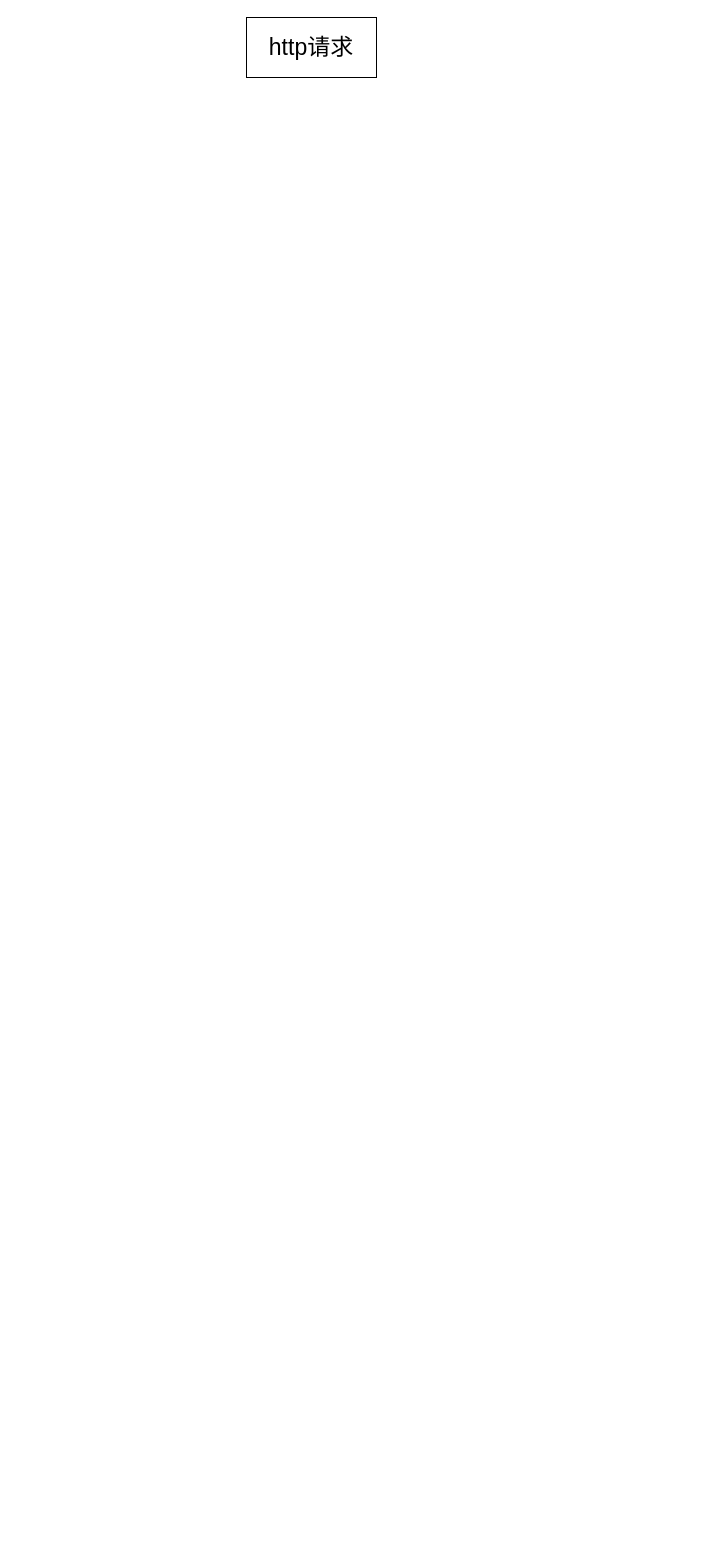
This is 未命名绘图.drawio from luck1020/diagrams, a draw.io file, before an edit. Source tidied: cells renumbered, new cells numbered last; positions are measured from the earlier drawing's top-left corner, leaving out a move shared by most shapes. Both pictures are drawn from the tidied source at 100%, with x=0, y=0 at pixel (246, 17).
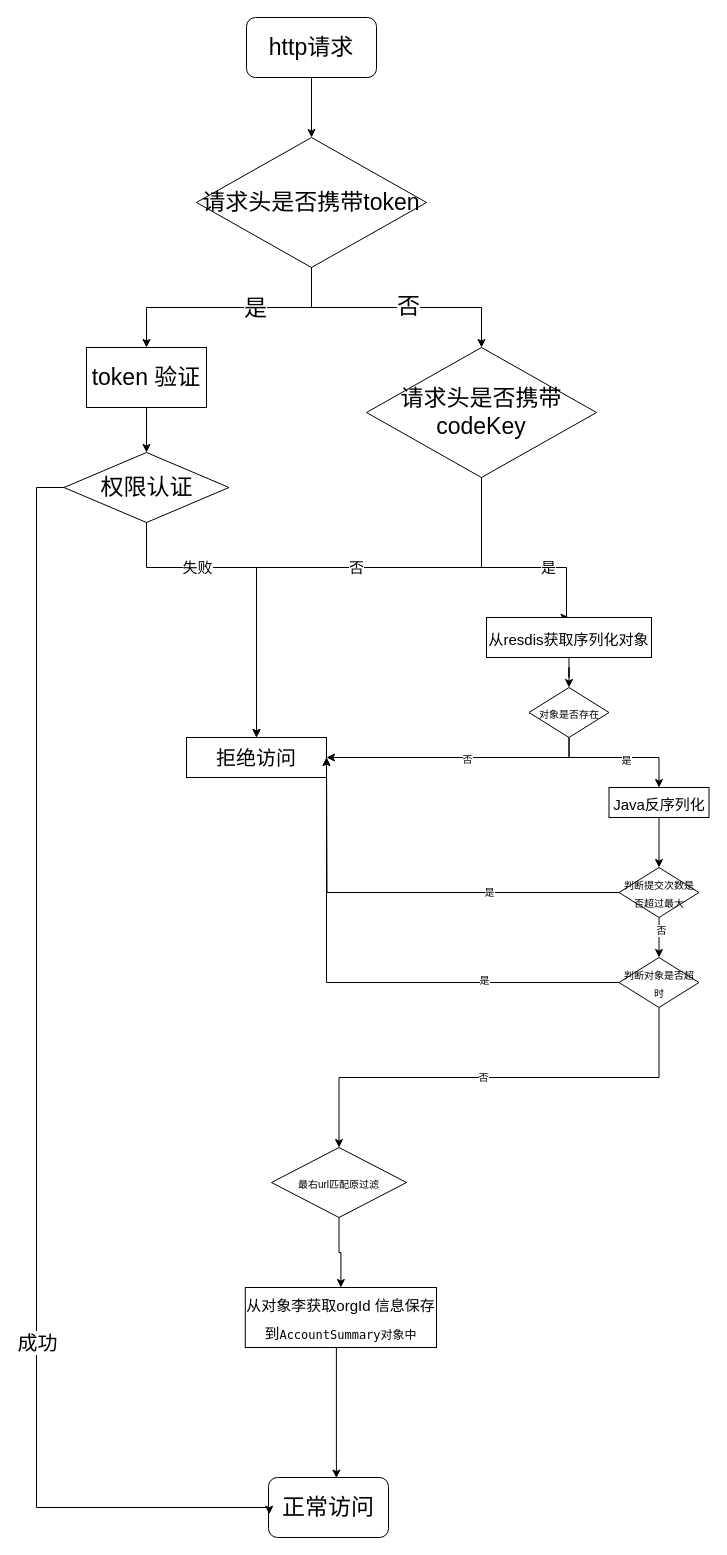
Above is the later version.

What changed in the source:
```diff
@@
+    <mxCell id="3" style="edgeStyle=orthogonalEdgeStyle;rounded=0;jettySize=auto;html=1;fontSize=23;" parent="1" edge="1" source="2" target="10">
+      <mxGeometry relative="1" as="geometry" />
+    </mxCell>
-    <mxCell id="2" value="&lt;font style=&quot;font-size: 23px;&quot;&gt;http请求&lt;/font&gt;" style="rounded=0;whiteSpace=wrap;html=1;" parent="1" vertex="1">
+    <mxCell id="2" value="&lt;font style=&quot;font-size: 23px;&quot;&gt;http请求&lt;/font&gt;" style="rounded=1;whiteSpace=wrap;html=1;fontSize=23;" parent="1" vertex="1">
       <mxGeometry width="130" height="60" as="geometry" />
     </mxCell>
+    <mxCell id="4" style="edgeStyle=orthogonalEdgeStyle;rounded=0;jettySize=auto;html=1;exitX=0.5;exitY=1;exitDx=0;exitDy=0;fontSize=20;" parent="1" edge="1" source="5" target="21">
+      <mxGeometry relative="1" as="geometry" />
+    </mxCell>
+    <mxCell id="5" value="token 验证" style="rounded=0;whiteSpace=wrap;html=1;fontSize=23;" parent="1" vertex="1">
+      <mxGeometry x="-160" y="330" width="120" height="60" as="geometry" />
+    </mxCell>
+    <mxCell id="6" style="edgeStyle=orthogonalEdgeStyle;rounded=0;jettySize=auto;html=1;fontSize=23;" parent="1" edge="1" source="10" target="5">
+      <mxGeometry relative="1" as="geometry" />
+    </mxCell>
+    <mxCell id="7" value="是" style="edgeLabel;html=1;align=center;verticalAlign=middle;fontSize=23;" parent="6" vertex="1">
+      <mxGeometry x="-0.21" relative="1" as="geometry" />
+    </mxCell>
+    <mxCell id="8" style="edgeStyle=orthogonalEdgeStyle;rounded=0;jettySize=auto;html=1;fontSize=23;" parent="1" edge="1" source="10" target="15">
+      <mxGeometry relative="1" as="geometry" />
+    </mxCell>
+    <mxCell id="9" value="否" style="edgeLabel;html=1;align=center;verticalAlign=middle;fontSize=23;" parent="8" vertex="1">
+      <mxGeometry x="0.09" y="2" relative="1" as="geometry" />
+    </mxCell>
+    <mxCell id="10" value="请求头是否携带token" style="rhombus;whiteSpace=wrap;html=1;fontSize=23;" parent="1" vertex="1">
+      <mxGeometry x="-50" y="120" width="230" height="130" as="geometry" />
+    </mxCell>
+    <mxCell id="11" style="edgeStyle=orthogonalEdgeStyle;rounded=0;jettySize=auto;html=1;entryX=0.5;entryY=0;entryDx=0;entryDy=0;fontSize=15;" parent="1" edge="1" source="15" target="22">
+      <mxGeometry relative="1" as="geometry">
+        <Array as="points">
+          <mxPoint x="235" y="550" />
+          <mxPoint x="10" y="550" />
+        </Array>
+      </mxGeometry>
+    </mxCell>
+    <mxCell id="12" value="否" style="edgeLabel;html=1;align=center;verticalAlign=middle;fontSize=15;" parent="11" vertex="1">
+      <mxGeometry x="-0.11" y="-1" relative="1" as="geometry" />
+    </mxCell>
+    <mxCell id="13" style="edgeStyle=orthogonalEdgeStyle;rounded=0;jettySize=auto;html=1;entryX=0.5;entryY=0;entryDx=0;entryDy=0;fontSize=15;" parent="1" edge="1" source="15" target="24">
+      <mxGeometry relative="1" as="geometry">
+        <Array as="points">
+          <mxPoint x="235" y="550" />
+          <mxPoint x="320" y="550" />
+          <mxPoint x="320" y="600" />
+        </Array>
+      </mxGeometry>
+    </mxCell>
+    <mxCell id="14" value="是" style="edgeLabel;html=1;align=center;verticalAlign=middle;fontSize=15;" parent="13" vertex="1">
+      <mxGeometry x="0.37" y="1" relative="1" as="geometry" />
+    </mxCell>
+    <mxCell id="15" value="请求头是否携带codeKey" style="rhombus;whiteSpace=wrap;html=1;fontSize=23;" parent="1" vertex="1">
+      <mxGeometry x="120" y="330" width="230" height="130" as="geometry" />
+    </mxCell>
+    <mxCell id="16" value="正常访问" style="rounded=1;whiteSpace=wrap;html=1;fontSize=23;" parent="1" vertex="1">
+      <mxGeometry x="22" y="1460" width="120" height="60" as="geometry" />
+    </mxCell>
+    <mxCell id="17" style="edgeStyle=orthogonalEdgeStyle;rounded=0;jettySize=auto;html=1;entryX=0.006;entryY=0.612;entryDx=0;entryDy=0;fontSize=20;entryPerimeter=0;" parent="1" edge="1" source="21" target="16">
+      <mxGeometry relative="1" as="geometry">
+        <Array as="points">
+          <mxPoint x="-210" y="470" />
+          <mxPoint x="-210" y="1490" />
+          <mxPoint x="23" y="1490" />
+        </Array>
+      </mxGeometry>
+    </mxCell>
+    <mxCell id="18" value="成功" style="edgeLabel;html=1;align=center;verticalAlign=middle;fontSize=20;" parent="17" vertex="1">
+      <mxGeometry x="0.37" relative="1" as="geometry" />
+    </mxCell>
+    <mxCell id="19" style="edgeStyle=orthogonalEdgeStyle;rounded=0;jettySize=auto;html=1;fontSize=20;" parent="1" edge="1" source="21" target="22">
+      <mxGeometry relative="1" as="geometry">
+        <Array as="points">
+          <mxPoint x="-100" y="550" />
+          <mxPoint x="10" y="550" />
+        </Array>
+      </mxGeometry>
+    </mxCell>
+    <mxCell id="20" value="失败" style="edgeLabel;html=1;align=center;verticalAlign=middle;fontSize=15;" parent="19" vertex="1">
+      <mxGeometry x="0.3" y="-1" relative="1" as="geometry">
+        <mxPoint x="-59" y="-57" as="offset" />
+      </mxGeometry>
+    </mxCell>
+    <mxCell id="21" value="权限认证" style="rhombus;whiteSpace=wrap;html=1;fontSize=23;" parent="1" vertex="1">
+      <mxGeometry x="-182.5" y="435" width="165" height="70" as="geometry" />
+    </mxCell>
+    <mxCell id="22" value="&lt;span style=&quot;font-size: 20px;&quot;&gt;拒绝访问&lt;/span&gt;" style="rounded=0;whiteSpace=wrap;html=1;fontSize=23;" parent="1" vertex="1">
+      <mxGeometry x="-60" y="720" width="140" height="40" as="geometry" />
+    </mxCell>
+    <mxCell id="23" style="edgeStyle=orthogonalEdgeStyle;rounded=0;jettySize=auto;html=1;entryX=0.5;entryY=0;entryDx=0;entryDy=0;fontSize=10;" parent="1" edge="1" source="24" target="31">
+      <mxGeometry relative="1" as="geometry" />
+    </mxCell>
+    <mxCell id="24" value="&lt;font style=&quot;font-size: 15px;&quot;&gt;从resdis获取序列化对象&lt;/font&gt;" style="rounded=0;whiteSpace=wrap;html=1;fontSize=23;" parent="1" vertex="1">
+      <mxGeometry x="240" y="600" width="165" height="40" as="geometry" />
+    </mxCell>
+    <mxCell id="25" style="edgeStyle=orthogonalEdgeStyle;rounded=0;jettySize=auto;html=1;entryX=0.5;entryY=0;entryDx=0;entryDy=0;fontSize=10;" parent="1" edge="1" source="26" target="36">
+      <mxGeometry relative="1" as="geometry" />
+    </mxCell>
+    <mxCell id="26" value="&lt;font style=&quot;font-size: 15px;&quot;&gt;Java反序列化&lt;/font&gt;" style="rounded=0;whiteSpace=wrap;html=1;fontSize=23;" parent="1" vertex="1">
+      <mxGeometry x="362.5" y="770" width="100" height="30" as="geometry" />
+    </mxCell>
+    <mxCell id="27" style="edgeStyle=orthogonalEdgeStyle;rounded=0;jettySize=auto;html=1;entryX=0.5;entryY=0;entryDx=0;entryDy=0;fontSize=10;" parent="1" edge="1" source="31" target="26">
+      <mxGeometry relative="1" as="geometry">
+        <Array as="points">
+          <mxPoint x="323" y="740" />
+          <mxPoint x="413" y="740" />
+        </Array>
+      </mxGeometry>
+    </mxCell>
+    <mxCell id="28" value="是" style="edgeLabel;html=1;align=center;verticalAlign=middle;fontSize=10;" parent="27" vertex="1">
+      <mxGeometry x="0.1" y="-2" relative="1" as="geometry" />
+    </mxCell>
+    <mxCell id="29" style="edgeStyle=orthogonalEdgeStyle;rounded=0;jettySize=auto;html=1;fontSize=10;" parent="1" edge="1" source="31" target="22">
+      <mxGeometry relative="1" as="geometry">
+        <Array as="points">
+          <mxPoint x="323" y="740" />
+        </Array>
+      </mxGeometry>
+    </mxCell>
+    <mxCell id="30" value="否" style="edgeLabel;html=1;align=center;verticalAlign=middle;fontSize=10;" parent="29" vertex="1">
+      <mxGeometry x="-0.07" y="1" relative="1" as="geometry" />
+    </mxCell>
+    <mxCell id="31" value="&lt;font style=&quot;font-size: 10px;&quot;&gt;对象是否存在&lt;/font&gt;" style="rhombus;whiteSpace=wrap;html=1;fontSize=15;" parent="1" vertex="1">
+      <mxGeometry x="282.5" y="670" width="80" height="50" as="geometry" />
+    </mxCell>
+    <mxCell id="32" style="edgeStyle=orthogonalEdgeStyle;rounded=0;jettySize=auto;html=1;fontSize=10;" parent="1" edge="1" source="36">
+      <mxGeometry relative="1" as="geometry">
+        <mxPoint x="80" y="740" as="targetPoint" />
+      </mxGeometry>
+    </mxCell>
+    <mxCell id="33" value="是" style="edgeLabel;html=1;align=center;verticalAlign=middle;fontSize=10;" parent="32" vertex="1">
+      <mxGeometry x="-0.39" y="-1" relative="1" as="geometry" />
+    </mxCell>
+    <mxCell id="34" style="edgeStyle=orthogonalEdgeStyle;rounded=0;jettySize=auto;html=1;fontSize=10;" parent="1" edge="1" source="36" target="41">
+      <mxGeometry relative="1" as="geometry" />
+    </mxCell>
+    <mxCell id="35" value="否" style="edgeLabel;html=1;align=center;verticalAlign=middle;fontSize=10;" parent="34" vertex="1">
+      <mxGeometry x="-0.41" y="2" relative="1" as="geometry" />
+    </mxCell>
+    <mxCell id="36" value="&lt;span style=&quot;font-size: 10px;&quot;&gt;判断提交次数是否超过最大&lt;/span&gt;" style="rhombus;whiteSpace=wrap;html=1;fontSize=15;" parent="1" vertex="1">
+      <mxGeometry x="372.5" y="850" width="80" height="50" as="geometry" />
+    </mxCell>
+    <mxCell id="37" style="edgeStyle=orthogonalEdgeStyle;rounded=0;jettySize=auto;html=1;entryX=1;entryY=0.5;entryDx=0;entryDy=0;fontSize=10;exitX=0;exitY=0.5;exitDx=0;exitDy=0;" parent="1" edge="1" source="41" target="22">
+      <mxGeometry relative="1" as="geometry">
+        <Array as="points">
+          <mxPoint x="80" y="965" />
+        </Array>
+      </mxGeometry>
+    </mxCell>
+    <mxCell id="38" value="是" style="edgeLabel;html=1;align=center;verticalAlign=middle;fontSize=10;" parent="37" vertex="1">
+      <mxGeometry x="-0.48" y="-3" relative="1" as="geometry" />
+    </mxCell>
+    <mxCell id="39" style="edgeStyle=orthogonalEdgeStyle;rounded=0;jettySize=auto;html=1;exitX=0.5;exitY=1;exitDx=0;exitDy=0;fontSize=10;entryX=0.5;entryY=0;entryDx=0;entryDy=0;" parent="1" edge="1" source="41" target="43">
+      <mxGeometry relative="1" as="geometry" />
+    </mxCell>
+    <mxCell id="40" value="否" style="edgeLabel;html=1;align=center;verticalAlign=middle;fontSize=10;" parent="39" vertex="1">
+      <mxGeometry x="0.07" y="-1" relative="1" as="geometry" />
+    </mxCell>
+    <mxCell id="41" value="&lt;font style=&quot;font-size: 10px;&quot;&gt;判断对象是否超时&lt;/font&gt;" style="rhombus;whiteSpace=wrap;html=1;fontSize=15;" parent="1" vertex="1">
+      <mxGeometry x="372.5" y="940" width="80" height="50" as="geometry" />
+    </mxCell>
+    <mxCell id="42" style="edgeStyle=orthogonalEdgeStyle;rounded=0;jettySize=auto;html=1;fontSize=10;" parent="1" edge="1" source="43" target="45">
+      <mxGeometry relative="1" as="geometry" />
+    </mxCell>
+    <mxCell id="43" value="&lt;span style=&quot;font-size: 10px;&quot;&gt;最右url匹配原过滤&lt;/span&gt;" style="rhombus;whiteSpace=wrap;html=1;fontSize=15;" parent="1" vertex="1">
+      <mxGeometry x="25" y="1130" width="135" height="70" as="geometry" />
+    </mxCell>
+    <mxCell id="44" style="edgeStyle=orthogonalEdgeStyle;rounded=0;jettySize=auto;html=1;entryX=0.566;entryY=0.009;entryDx=0;entryDy=0;entryPerimeter=0;fontSize=10;" parent="1" edge="1" source="45" target="16">
+      <mxGeometry relative="1" as="geometry">
+        <Array as="points">
+          <mxPoint x="90" y="1441" />
+        </Array>
+      </mxGeometry>
+    </mxCell>
+    <mxCell id="45" value="&lt;span style=&quot;font-size: 15px;&quot;&gt;从对象李获取orgId 信息保存到&lt;/span&gt;&lt;span style=&quot;background-color: rgb(255, 255, 255); font-family: &amp;quot;DejaVu Sans Mono&amp;quot;; font-size: 9pt;&quot;&gt;AccountSummary对象中&lt;/span&gt;" style="rounded=0;whiteSpace=wrap;html=1;fontSize=23;" parent="1" vertex="1">
+      <mxGeometry x="-1.2" y="1270" width="191.2" height="60" as="geometry" />
+    </mxCell>
```
